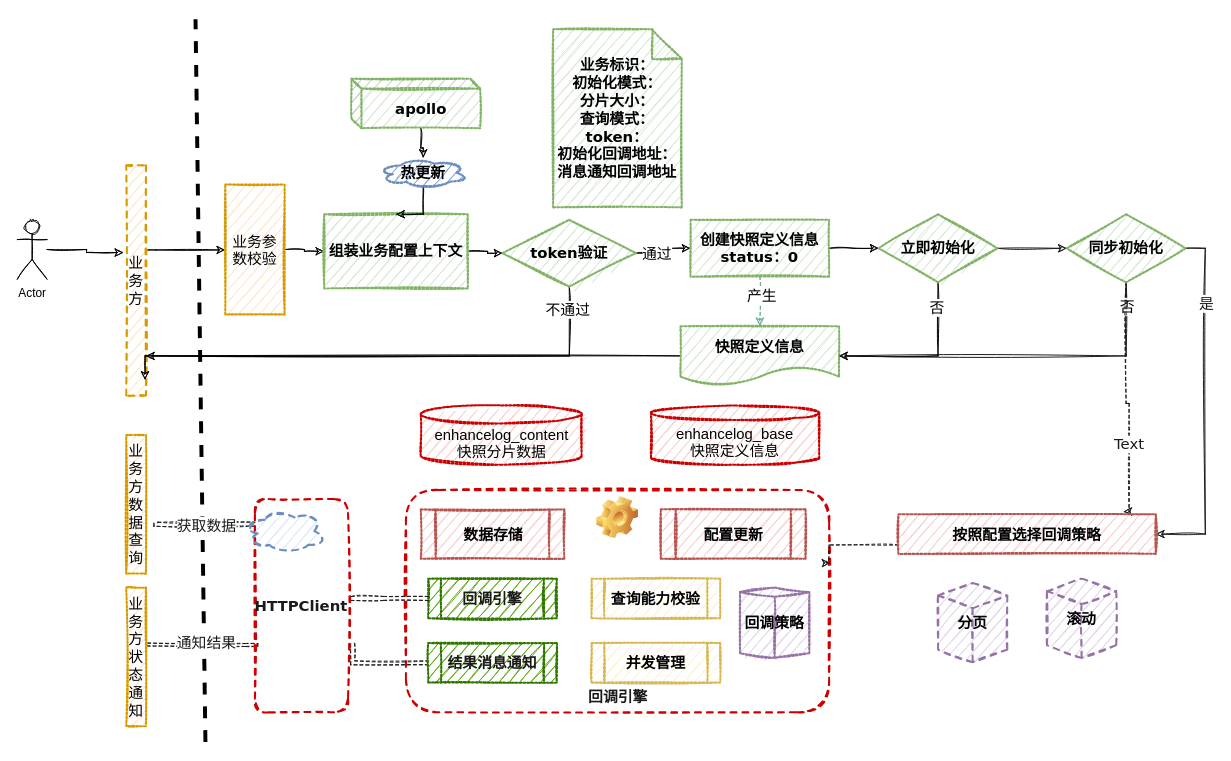
Before: Untitled Diagram.drawio in cb2s/goodGoodStudy, a draw.io diagram. Source tidied: cells renumbered, new cells numbered last; positions are measured from the earlier drawing's top-left corner, leaving out a move shared by most shapes. Both pictures are drawn from the tidied source at 99%, with x=0, y=0 at pixel (17, 19).
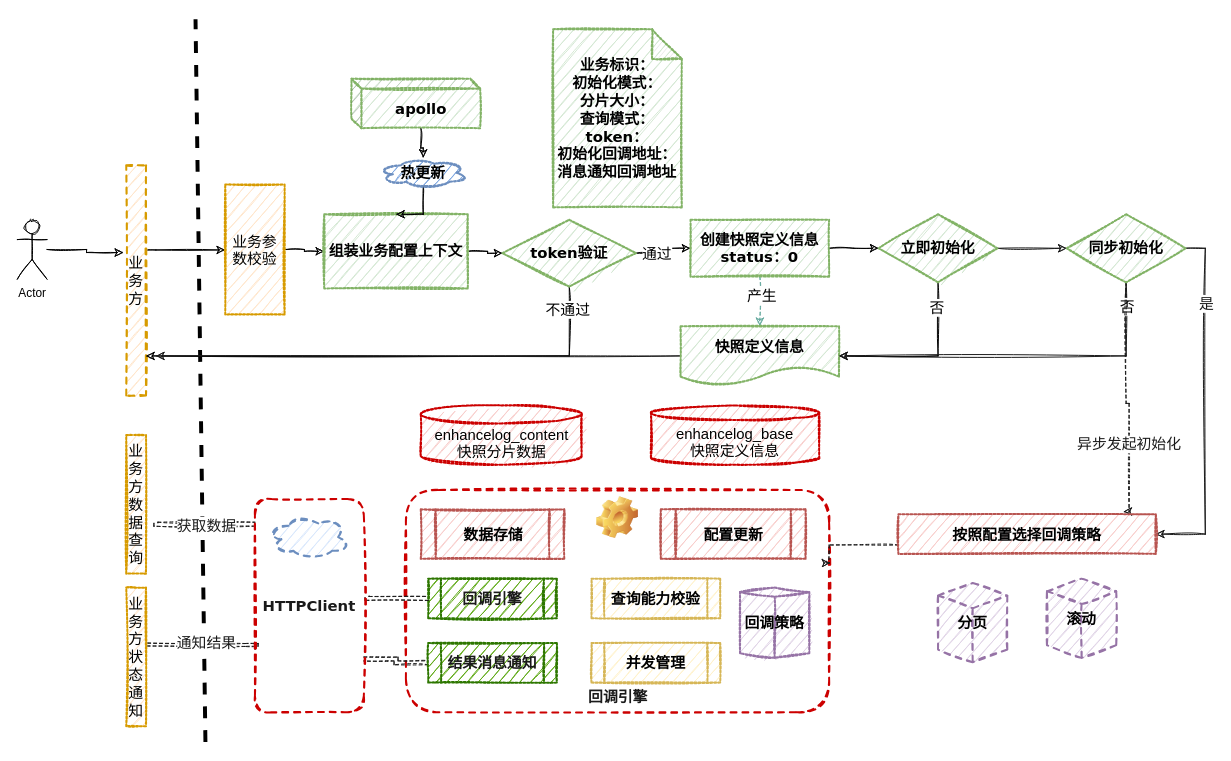
The same page after the edit.

The change refers to these unchanged cells:
```xml
<mxCell id="6" value="业务方" style="rounded=0;whiteSpace=wrap;html=1;sketch=1;dashed=1;strokeWidth=2;perimeterSpacing=0;strokeColor=#d79b00;fillColor=#ffe6cc;fontSize=15;" parent="1" vertex="1">
  <mxGeometry x="110" y="147.5" width="20" height="232.5" as="geometry" />
</mxCell>
<mxCell id="32" value="快照定义信息" style="shape=document;whiteSpace=wrap;html=1;boundedLbl=1;dashed=1;dashPattern=1 1;fontFamily=Verdana;fontSize=15;fontStyle=1;strokeColor=#82b366;strokeWidth=2;fillColor=#d5e8d4;sketch=1;" parent="1" vertex="1">
  <mxGeometry x="670" y="310" width="160" height="60" as="geometry" />
</mxCell>
<mxCell id="35" style="edgeStyle=orthogonalEdgeStyle;rounded=0;sketch=1;jettySize=auto;html=1;strokeColor=#1A1A1A;fontFamily=Verdana;fontSize=15;fontColor=#1A1A1A;dashed=1;entryX=0.874;entryY=-0.069;entryDx=0;entryDy=0;entryPerimeter=0;" parent="1" edge="1" source="39" target="41">
  <mxGeometry relative="1" as="geometry">
    <Array as="points">
      <mxPoint x="1120" y="388" />
      <mxPoint x="1123" y="388" />
    </Array>
  </mxGeometry>
</mxCell>
<mxCell id="46" value="回调引擎" style="shape=process;whiteSpace=wrap;html=1;backgroundOutline=1;dashed=1;dashPattern=1 1;sketch=1;strokeColor=#2D7600;strokeWidth=2;fillColor=#60a917;fontFamily=Verdana;fontSize=15;align=center;fontColor=#1A1A1A;fontStyle=1;" parent="1" vertex="1">
  <mxGeometry x="415" y="565" width="130" height="40" as="geometry" />
</mxCell>
<mxCell id="54" value="结果消息通知" style="shape=process;whiteSpace=wrap;html=1;backgroundOutline=1;dashed=1;dashPattern=1 1;sketch=1;strokeColor=#2D7600;strokeWidth=2;fillColor=#60a917;fontFamily=Verdana;fontSize=15;align=center;fontColor=#1A1A1A;fontStyle=1;" parent="1" vertex="1">
  <mxGeometry x="415" y="630" width="130" height="40" as="geometry" />
</mxCell>
```

The edit, as a diff of the source:
```diff
@@
-    <mxCell id="31" style="edgeStyle=orthogonalEdgeStyle;rounded=0;sketch=1;jettySize=auto;html=1;fontFamily=Verdana;fontSize=15;entryX=0.95;entryY=0.932;entryDx=0;entryDy=0;entryPerimeter=0;" parent="1" edge="1" source="32" target="6">
-      <mxGeometry relative="1" as="geometry">
-        <Array as="points">
-          <mxPoint x="129" y="340" />
-        </Array>
-      </mxGeometry>
-    </mxCell>
+    <mxCell id="62" style="edgeStyle=orthogonalEdgeStyle;rounded=0;sketch=1;jettySize=auto;html=1;strokeColor=#1A1A1A;strokeWidth=1;fontFamily=Verdana;fontSize=15;fontColor=#1A1A1A;" parent="1" edge="1" source="32">
+      <mxGeometry relative="1" as="geometry">
+        <mxPoint x="140" y="340" as="targetPoint" />
+      </mxGeometry>
+    </mxCell>
@@
-    <mxCell id="36" value="Text" style="edgeLabel;html=1;align=center;verticalAlign=middle;fontSize=15;fontFamily=Verdana;fontColor=#1A1A1A;" parent="35" vertex="1">
+    <mxCell id="36" value="异步发起初始化" style="edgeLabel;html=1;align=center;verticalAlign=middle;fontSize=15;fontFamily=Verdana;fontColor=#1A1A1A;" parent="35" vertex="1">
       <mxGeometry x="0.38" y="-1" relative="1" as="geometry" />
     </mxCell>
@@
-    <mxCell id="50" style="edgeStyle=orthogonalEdgeStyle;shape=link;rounded=0;sketch=1;jettySize=auto;html=1;dashed=1;strokeColor=#1A1A1A;fontFamily=Verdana;fontSize=15;fontColor=#1A1A1A;entryX=0;entryY=0.5;entryDx=0;entryDy=0;" parent="1" edge="1" target="46">
+    <mxCell id="50" style="edgeStyle=orthogonalEdgeStyle;shape=link;rounded=0;sketch=1;jettySize=auto;html=1;dashed=1;strokeColor=#1A1A1A;fontFamily=Verdana;fontSize=15;fontColor=#1A1A1A;entryX=0;entryY=0.5;entryDx=0;entryDy=0;exitX=1.03;exitY=0.455;exitDx=0;exitDy=0;exitPerimeter=0;" parent="1" edge="1" source="58" target="46">
       <mxGeometry relative="1" as="geometry">
-        <mxPoint x="337.5" y="585" as="sourcePoint" />
         <Array as="points">
-          <mxPoint x="370" y="585" />
-          <mxPoint x="370" y="585" />
+          <mxPoint x="353" y="585" />
         </Array>
       </mxGeometry>
     </mxCell>
@@
-    <mxCell id="53" style="edgeStyle=orthogonalEdgeStyle;shape=link;rounded=0;sketch=1;jettySize=auto;html=1;exitX=0;exitY=0.5;exitDx=0;exitDy=0;entryX=1.008;entryY=0.802;entryDx=0;entryDy=0;entryPerimeter=0;dashed=1;strokeColor=#1A1A1A;fontFamily=Verdana;fontSize=15;fontColor=#1A1A1A;" parent="1" edge="1" source="54">
-      <mxGeometry relative="1" as="geometry">
-        <mxPoint x="338.7" y="630.3" as="targetPoint" />
-        <Array as="points">
-          <mxPoint x="339" y="650" />
-        </Array>
-      </mxGeometry>
-    </mxCell>
+    <mxCell id="63" style="edgeStyle=orthogonalEdgeStyle;shape=link;rounded=0;sketch=1;jettySize=auto;html=1;entryX=1;entryY=0.75;entryDx=0;entryDy=0;strokeWidth=1;fontFamily=Verdana;fontSize=15;fontColor=#1A1A1A;dashed=1;strokeColor=#1A1A1A;" parent="1" edge="1" source="54" target="58">
+      <mxGeometry relative="1" as="geometry" />
+    </mxCell>
@@
     <mxCell id="58" value="HTTPClient" style="rounded=1;whiteSpace=wrap;html=1;dashed=1;sketch=1;strokeColor=#CC0000;strokeWidth=2;fillColor=none;fontFamily=Verdana;fontSize=15;fontColor=#1A1A1A;align=center;fontStyle=1;" parent="1" vertex="1">
-      <mxGeometry x="240" y="484.6" width="94" height="215.4" as="geometry" />
+      <mxGeometry x="240" y="484.6" width="110" height="215.4" as="geometry" />
     </mxCell>
     <mxCell id="59" style="ellipse;shape=cloud;whiteSpace=wrap;html=1;dashed=1;sketch=1;strokeColor=#6c8ebf;strokeWidth=2;fillColor=#dae8fc;fontFamily=Verdana;fontSize=15;align=center;" parent="1" vertex="1">
-      <mxGeometry x="230" y="494" width="80" height="46" as="geometry" />
+      <mxGeometry x="254" y="500" width="80" height="46" as="geometry" />
     </mxCell>
```
